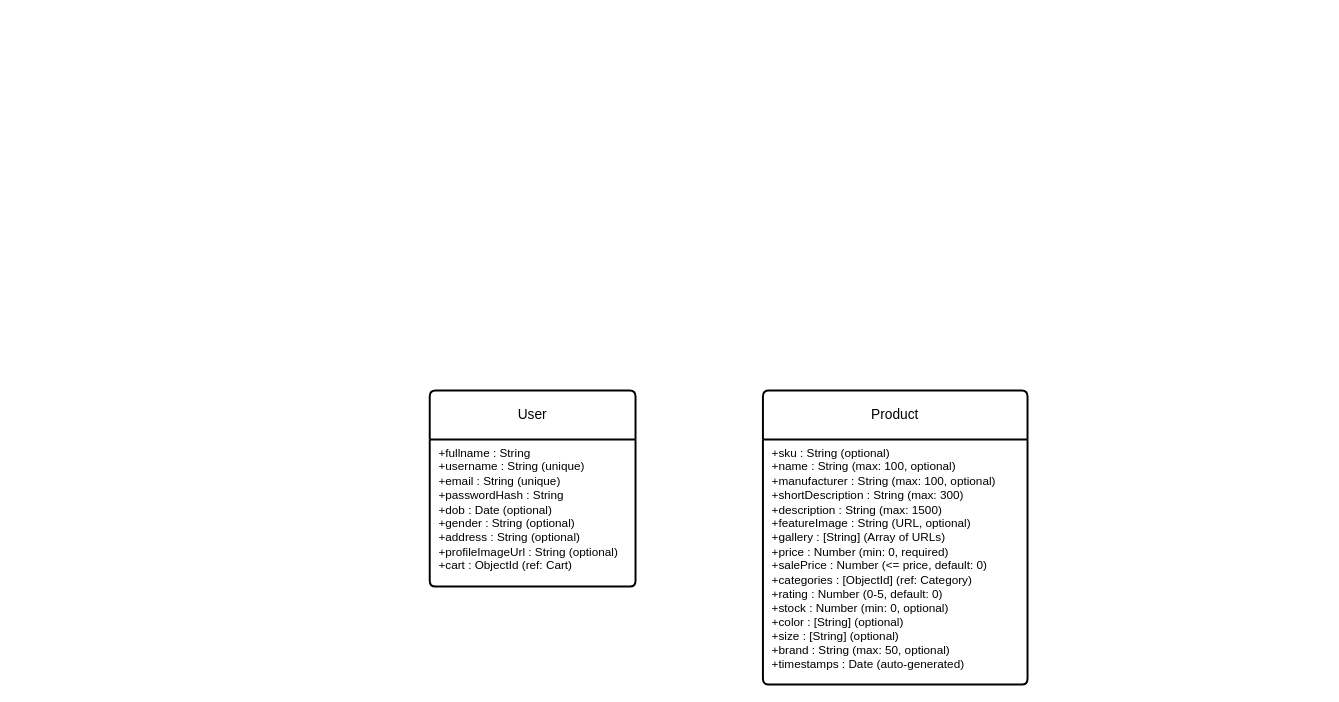
This is Data Design.drawio from MuhammadHaris00/Diagrams, a draw.io file, before an edit. Source tidied: cells renumbered, new cells numbered last; positions are measured from the earlier drawing's top-left corner, leaving out a move shared by most shapes. Both pictures are drawn from the tidied source at 98%, with x=0, y=0 at pixel (429, 390).
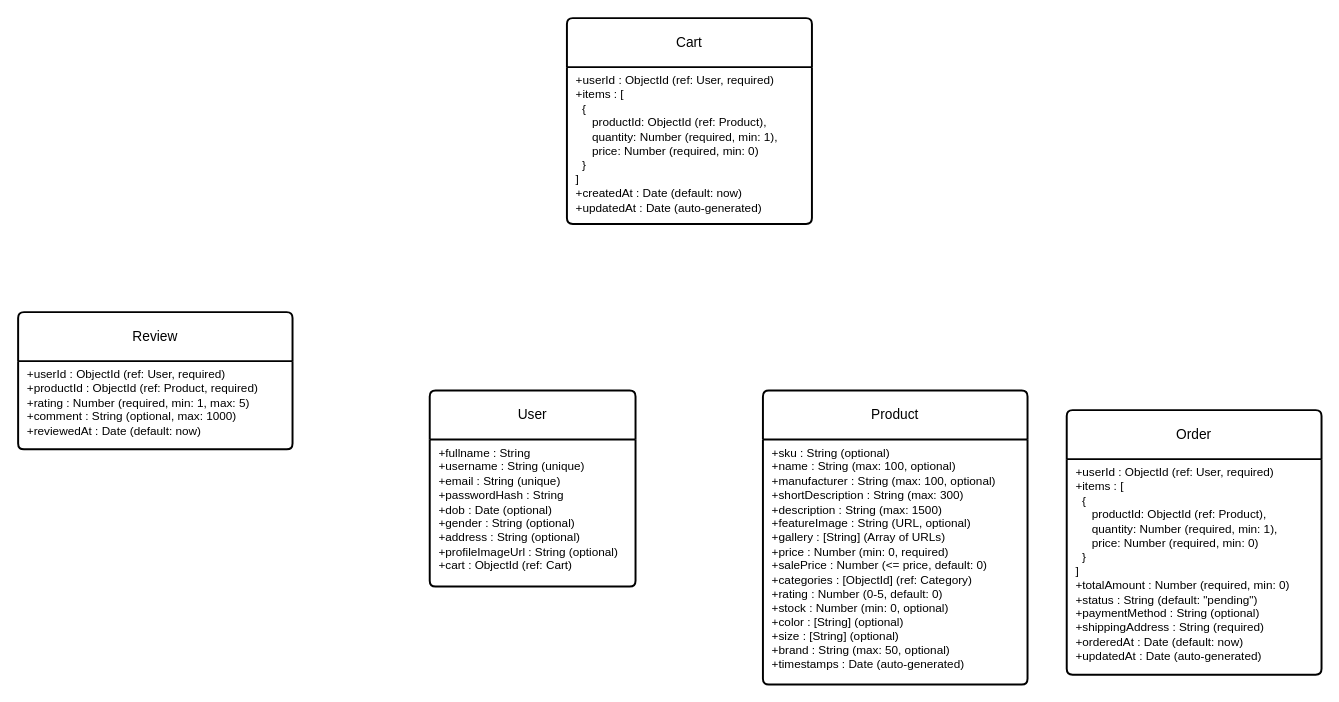
The same diagram, later.

Change to the diagram source:
```diff
@@
 <mxGraphModel>
   <root>
     <mxCell id="0" />
     <mxCell id="1" parent="0" />
     <mxCell id="2" value="User" style="swimlane;horizontal=1;startSize=50;rounded=1;fontSize=14;fontStyle=0;strokeWidth=2;shadow=0;dashed=0;align=center;arcSize=4;whiteSpace=wrap;html=1;" parent="1" vertex="1">
       <mxGeometry width="210" height="200" as="geometry" />
     </mxCell>
     <mxCell id="3" value="&lt;div&gt;&amp;nbsp;+fullname : String&amp;nbsp; &amp;nbsp; &amp;nbsp; &amp;nbsp; &amp;nbsp; &amp;nbsp;&amp;nbsp;&lt;/div&gt;&lt;div&gt;&amp;nbsp;+username : String (unique)&amp;nbsp; &amp;nbsp;&lt;/div&gt;&lt;div&gt;&amp;nbsp;+email : String (unique)&amp;nbsp; &amp;nbsp; &amp;nbsp;&amp;nbsp;&lt;/div&gt;&lt;div&gt;&amp;nbsp;+passwordHash : String&amp;nbsp; &amp;nbsp; &amp;nbsp; &amp;nbsp;&amp;nbsp;&lt;/div&gt;&lt;div&gt;&amp;nbsp;+dob : Date (optional)&amp;nbsp; &amp;nbsp; &amp;nbsp; &amp;nbsp;&amp;nbsp;&lt;/div&gt;&lt;div&gt;&amp;nbsp;+gender : String (optional)&amp;nbsp; &amp;nbsp;&lt;/div&gt;&lt;div&gt;&amp;nbsp;+address : String (optional)&amp;nbsp;&amp;nbsp;&lt;/div&gt;&lt;div&gt;&amp;nbsp;+profileImageUrl : String (optional)&amp;nbsp;&lt;/div&gt;&lt;div&gt;&amp;nbsp;+cart : ObjectId (ref: Cart)&amp;nbsp;&lt;/div&gt;" style="align=left;strokeColor=none;fillColor=none;spacingLeft=4;spacingRight=4;fontSize=12;verticalAlign=top;html=1;whiteSpace=wrap;" parent="2" vertex="1">
       <mxGeometry y="50" width="210" height="150" as="geometry" />
     </mxCell>
     <mxCell id="4" value="Product" style="swimlane;horizontal=1;startSize=50;rounded=1;fontSize=14;fontStyle=0;strokeWidth=2;shadow=0;dashed=0;align=center;arcSize=4;whiteSpace=wrap;html=1;" parent="1" vertex="1">
       <mxGeometry x="340" width="270" height="300" as="geometry" />
     </mxCell>
     <mxCell id="5" value="&lt;div&gt;&amp;nbsp;+sku : String (optional)&amp;nbsp; &amp;nbsp; &amp;nbsp; &amp;nbsp; &amp;nbsp; &amp;nbsp; &amp;nbsp; &amp;nbsp; &amp;nbsp; &amp;nbsp;&lt;/div&gt;&lt;div&gt;&amp;nbsp;+name : String (max: 100, optional)&amp;nbsp; &amp;nbsp; &amp;nbsp; &amp;nbsp;&amp;nbsp;&lt;/div&gt;&lt;div&gt;&amp;nbsp;+manufacturer : String (max: 100, optional)&lt;/div&gt;&lt;div&gt;&amp;nbsp;+shortDescription : String (max: 300)&amp;nbsp; &amp;nbsp; &amp;nbsp;&amp;nbsp;&lt;/div&gt;&lt;div&gt;&amp;nbsp;+description : String (max: 1500)&amp;nbsp; &amp;nbsp; &amp;nbsp; &amp;nbsp; &amp;nbsp;&amp;nbsp;&lt;/div&gt;&lt;div&gt;&amp;nbsp;+featureImage : String (URL, optional)&amp;nbsp; &amp;nbsp; &amp;nbsp;&lt;/div&gt;&lt;div&gt;&amp;nbsp;+gallery : [String] (Array of URLs)&amp;nbsp; &amp;nbsp; &amp;nbsp; &amp;nbsp;&amp;nbsp;&lt;/div&gt;&lt;div&gt;&amp;nbsp;+price : Number (min: 0, required)&amp;nbsp; &amp;nbsp; &amp;nbsp; &amp;nbsp; &amp;nbsp;&lt;/div&gt;&lt;div&gt;&amp;nbsp;+salePrice : Number (&amp;lt;= price, default: 0)&amp;nbsp;&lt;/div&gt;&lt;div&gt;&amp;nbsp;+categories : [ObjectId] (ref: Category)&amp;nbsp; &amp;nbsp;&lt;/div&gt;&lt;div&gt;&amp;nbsp;+rating : Number (0-5, default: 0)&amp;nbsp; &amp;nbsp; &amp;nbsp; &amp;nbsp; &amp;nbsp;&lt;/div&gt;&lt;div&gt;&amp;nbsp;+stock : Number (min: 0, optional)&amp;nbsp; &amp;nbsp; &amp;nbsp; &amp;nbsp; &amp;nbsp;&lt;/div&gt;&lt;div&gt;&amp;nbsp;+color : [String] (optional)&amp;nbsp; &amp;nbsp; &amp;nbsp; &amp;nbsp; &amp;nbsp; &amp;nbsp; &amp;nbsp; &amp;nbsp;&lt;/div&gt;&lt;div&gt;&amp;nbsp;+size : [String] (optional)&amp;nbsp; &amp;nbsp; &amp;nbsp; &amp;nbsp; &amp;nbsp; &amp;nbsp; &amp;nbsp; &amp;nbsp;&amp;nbsp;&lt;/div&gt;&lt;div&gt;&amp;nbsp;+brand : String (max: 50, optional)&amp;nbsp; &amp;nbsp; &amp;nbsp; &amp;nbsp;&amp;nbsp;&lt;/div&gt;&lt;div&gt;&amp;nbsp;+timestamps : Date (auto-generated)&amp;nbsp;&lt;/div&gt;" style="align=left;strokeColor=none;fillColor=none;spacingLeft=4;spacingRight=4;fontSize=12;verticalAlign=top;html=1;whiteSpace=wrap;" parent="4" vertex="1">
       <mxGeometry y="50" width="270" height="250" as="geometry" />
     </mxCell>
+    <mxCell id="6" value="Order" style="swimlane;horizontal=1;startSize=50;rounded=1;fontSize=14;fontStyle=0;strokeWidth=2;shadow=0;dashed=0;align=center;arcSize=4;whiteSpace=wrap;html=1;" parent="1" vertex="1">
+      <mxGeometry x="650" y="20" width="260" height="270" as="geometry" />
+    </mxCell>
+    <mxCell id="7" value="&lt;div&gt;&amp;nbsp;+userId : ObjectId (ref: User, required)&amp;nbsp; &amp;nbsp; &amp;nbsp; &amp;nbsp; &amp;nbsp;&lt;/div&gt;&lt;div&gt;&amp;nbsp;+items : [&amp;nbsp; &amp;nbsp; &amp;nbsp; &amp;nbsp; &amp;nbsp; &amp;nbsp; &amp;nbsp; &amp;nbsp; &amp;nbsp; &amp;nbsp; &amp;nbsp; &amp;nbsp; &amp;nbsp; &amp;nbsp; &amp;nbsp; &amp;nbsp; &amp;nbsp; &amp;nbsp; &amp;nbsp; &amp;nbsp;&lt;/div&gt;&lt;div&gt;&amp;nbsp; &amp;nbsp;{&amp;nbsp; &amp;nbsp; &amp;nbsp; &amp;nbsp; &amp;nbsp; &amp;nbsp; &amp;nbsp; &amp;nbsp; &amp;nbsp; &amp;nbsp; &amp;nbsp; &amp;nbsp; &amp;nbsp; &amp;nbsp; &amp;nbsp; &amp;nbsp; &amp;nbsp; &amp;nbsp; &amp;nbsp; &amp;nbsp; &amp;nbsp; &amp;nbsp; &amp;nbsp;&lt;/div&gt;&lt;div&gt;&amp;nbsp; &amp;nbsp; &amp;nbsp; productId: ObjectId (ref: Product),&amp;nbsp; &amp;nbsp; &amp;nbsp; &amp;nbsp;&amp;nbsp;&lt;/div&gt;&lt;div&gt;&amp;nbsp; &amp;nbsp; &amp;nbsp; quantity: Number (required, min: 1),&amp;nbsp; &amp;nbsp; &amp;nbsp; &amp;nbsp;&lt;/div&gt;&lt;div&gt;&amp;nbsp; &amp;nbsp; &amp;nbsp; price: Number (required, min: 0)&amp;nbsp; &amp;nbsp; &amp;nbsp; &amp;nbsp; &amp;nbsp; &amp;nbsp;&lt;/div&gt;&lt;div&gt;&amp;nbsp; &amp;nbsp;}&amp;nbsp; &amp;nbsp; &amp;nbsp; &amp;nbsp; &amp;nbsp; &amp;nbsp; &amp;nbsp; &amp;nbsp; &amp;nbsp; &amp;nbsp; &amp;nbsp; &amp;nbsp; &amp;nbsp; &amp;nbsp; &amp;nbsp; &amp;nbsp; &amp;nbsp; &amp;nbsp; &amp;nbsp; &amp;nbsp; &amp;nbsp; &amp;nbsp; &amp;nbsp;&lt;/div&gt;&lt;div&gt;&amp;nbsp;]&amp;nbsp; &amp;nbsp; &amp;nbsp; &amp;nbsp; &amp;nbsp; &amp;nbsp; &amp;nbsp; &amp;nbsp; &amp;nbsp; &amp;nbsp; &amp;nbsp; &amp;nbsp; &amp;nbsp; &amp;nbsp; &amp;nbsp; &amp;nbsp; &amp;nbsp; &amp;nbsp; &amp;nbsp; &amp;nbsp; &amp;nbsp; &amp;nbsp; &amp;nbsp; &amp;nbsp;&lt;/div&gt;&lt;div&gt;&amp;nbsp;+totalAmount : Number (required, min: 0)&amp;nbsp; &amp;nbsp; &amp;nbsp; &amp;nbsp;&amp;nbsp;&lt;/div&gt;&lt;div&gt;&amp;nbsp;+status : String (default: &quot;pending&quot;)&amp;nbsp; &amp;nbsp; &amp;nbsp; &amp;nbsp; &amp;nbsp; &amp;nbsp;&lt;/div&gt;&lt;div&gt;&amp;nbsp;+paymentMethod : String (optional)&amp;nbsp; &amp;nbsp; &amp;nbsp; &amp;nbsp; &amp;nbsp; &amp;nbsp; &amp;nbsp;&amp;nbsp;&lt;/div&gt;&lt;div&gt;&amp;nbsp;+shippingAddress : String (required)&amp;nbsp; &amp;nbsp; &amp;nbsp; &amp;nbsp; &amp;nbsp; &amp;nbsp;&amp;nbsp;&lt;/div&gt;&lt;div&gt;&amp;nbsp;+orderedAt : Date (default: now)&amp;nbsp; &amp;nbsp; &amp;nbsp; &amp;nbsp; &amp;nbsp; &amp;nbsp; &amp;nbsp; &amp;nbsp;&amp;nbsp;&lt;/div&gt;&lt;div&gt;&amp;nbsp;+updatedAt : Date (auto-generated)&amp;nbsp;&lt;/div&gt;" style="align=left;strokeColor=none;fillColor=none;spacingLeft=4;spacingRight=4;fontSize=12;verticalAlign=top;html=1;whiteSpace=wrap;" parent="6" vertex="1">
+      <mxGeometry y="50" width="260" height="220" as="geometry" />
+    </mxCell>
+    <mxCell id="8" value="Review" style="swimlane;horizontal=1;startSize=50;rounded=1;fontSize=14;fontStyle=0;strokeWidth=2;shadow=0;dashed=0;align=center;arcSize=4;whiteSpace=wrap;html=1;" parent="1" vertex="1">
+      <mxGeometry x="-420" y="-80" width="280" height="140" as="geometry" />
+    </mxCell>
+    <mxCell id="9" value="&lt;div&gt;&amp;nbsp;+userId : ObjectId (ref: User, required)&amp;nbsp; &amp;nbsp; &amp;nbsp; &amp;nbsp; &amp;nbsp;&lt;/div&gt;&lt;div&gt;&amp;nbsp;+productId : ObjectId (ref: Product, required)&amp;nbsp; &amp;nbsp;&lt;/div&gt;&lt;div&gt;&amp;nbsp;+rating : Number (required, min: 1, max: 5)&amp;nbsp; &amp;nbsp; &amp;nbsp;&amp;nbsp;&lt;/div&gt;&lt;div&gt;&amp;nbsp;+comment : String (optional, max: 1000)&amp;nbsp; &amp;nbsp; &amp;nbsp; &amp;nbsp; &amp;nbsp;&lt;/div&gt;&lt;div&gt;&amp;nbsp;+reviewedAt : Date (default: now)&amp;nbsp; &amp;nbsp; &amp;nbsp;&lt;/div&gt;" style="align=left;strokeColor=none;fillColor=none;spacingLeft=4;spacingRight=4;fontSize=12;verticalAlign=top;html=1;whiteSpace=wrap;" parent="8" vertex="1">
+      <mxGeometry y="50" width="280" height="90" as="geometry" />
+    </mxCell>
+    <mxCell id="10" value="Cart" style="swimlane;horizontal=1;startSize=50;rounded=1;fontSize=14;fontStyle=0;strokeWidth=2;shadow=0;dashed=0;align=center;arcSize=4;whiteSpace=wrap;html=1;" parent="1" vertex="1">
+      <mxGeometry x="140" y="-380" width="250" height="210" as="geometry" />
+    </mxCell>
+    <mxCell id="11" value="&lt;div&gt;&amp;nbsp;+userId : ObjectId (ref: User, required)&amp;nbsp; &amp;nbsp; &amp;nbsp; &amp;nbsp; &amp;nbsp;&lt;/div&gt;&lt;div&gt;&amp;nbsp;+items : [&amp;nbsp; &amp;nbsp; &amp;nbsp; &amp;nbsp; &amp;nbsp; &amp;nbsp; &amp;nbsp; &amp;nbsp; &amp;nbsp; &amp;nbsp; &amp;nbsp; &amp;nbsp; &amp;nbsp; &amp;nbsp; &amp;nbsp; &amp;nbsp; &amp;nbsp; &amp;nbsp; &amp;nbsp; &amp;nbsp;&lt;/div&gt;&lt;div&gt;&amp;nbsp; &amp;nbsp;{&amp;nbsp; &amp;nbsp; &amp;nbsp; &amp;nbsp; &amp;nbsp; &amp;nbsp; &amp;nbsp; &amp;nbsp; &amp;nbsp; &amp;nbsp; &amp;nbsp; &amp;nbsp; &amp;nbsp; &amp;nbsp; &amp;nbsp; &amp;nbsp; &amp;nbsp; &amp;nbsp; &amp;nbsp; &amp;nbsp; &amp;nbsp; &amp;nbsp; &amp;nbsp;&lt;/div&gt;&lt;div&gt;&amp;nbsp; &amp;nbsp; &amp;nbsp; productId: ObjectId (ref: Product),&amp;nbsp; &amp;nbsp; &amp;nbsp; &amp;nbsp;&amp;nbsp;&lt;/div&gt;&lt;div&gt;&amp;nbsp; &amp;nbsp; &amp;nbsp; quantity: Number (required, min: 1),&amp;nbsp; &amp;nbsp; &amp;nbsp; &amp;nbsp;&lt;/div&gt;&lt;div&gt;&amp;nbsp; &amp;nbsp; &amp;nbsp; price: Number (required, min: 0)&amp;nbsp; &amp;nbsp; &amp;nbsp; &amp;nbsp; &amp;nbsp; &amp;nbsp;&lt;/div&gt;&lt;div&gt;&amp;nbsp; &amp;nbsp;}&amp;nbsp; &amp;nbsp; &amp;nbsp; &amp;nbsp; &amp;nbsp; &amp;nbsp; &amp;nbsp; &amp;nbsp; &amp;nbsp; &amp;nbsp; &amp;nbsp; &amp;nbsp; &amp;nbsp; &amp;nbsp; &amp;nbsp; &amp;nbsp; &amp;nbsp; &amp;nbsp; &amp;nbsp; &amp;nbsp; &amp;nbsp; &amp;nbsp; &amp;nbsp;&lt;/div&gt;&lt;div&gt;&amp;nbsp;]&amp;nbsp; &amp;nbsp; &amp;nbsp; &amp;nbsp; &amp;nbsp; &amp;nbsp; &amp;nbsp; &amp;nbsp; &amp;nbsp; &amp;nbsp; &amp;nbsp; &amp;nbsp; &amp;nbsp; &amp;nbsp; &amp;nbsp; &amp;nbsp; &amp;nbsp; &amp;nbsp; &amp;nbsp; &amp;nbsp; &amp;nbsp; &amp;nbsp; &amp;nbsp; &amp;nbsp;&lt;/div&gt;&lt;div&gt;&amp;nbsp;+createdAt : Date (default: now)&amp;nbsp; &amp;nbsp; &amp;nbsp; &amp;nbsp; &amp;nbsp; &amp;nbsp; &amp;nbsp; &amp;nbsp;&amp;nbsp;&lt;/div&gt;&lt;div&gt;&amp;nbsp;+updatedAt : Date (auto-generated)&amp;nbsp;&lt;/div&gt;" style="align=left;strokeColor=none;fillColor=none;spacingLeft=4;spacingRight=4;fontSize=12;verticalAlign=top;html=1;whiteSpace=wrap;" parent="10" vertex="1">
+      <mxGeometry y="50" width="250" height="160" as="geometry" />
+    </mxCell>
   </root>
 </mxGraphModel>
```
